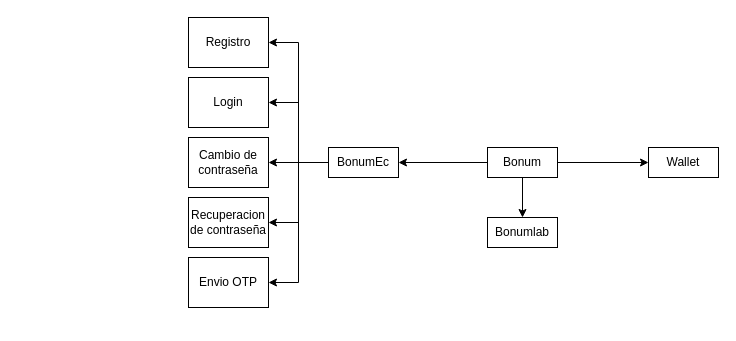
Above: Diagrama sin título.drawio in ThePepinaco/DrawioFolder (draw.io), before the change. Source tidied: cells renumbered, new cells numbered last; positions are measured from the earlier drawing's top-left corner, leaving out a move shared by most shapes. Both pictures are drawn from the tidied source at 100%, with x=0, y=0 at pixel (188, 17).
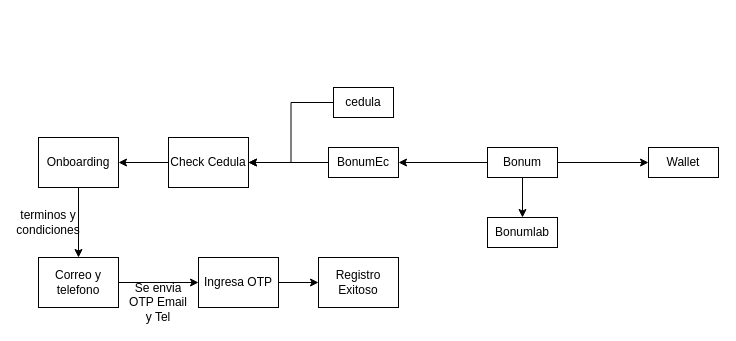
The same page after the edit.

The change refers to these unchanged cells:
```xml
<mxCell id="11" value="BonumEc" style="rounded=0;whiteSpace=wrap;html=1;" parent="1" vertex="1">
  <mxGeometry x="140" y="130" width="70" height="30" as="geometry" />
</mxCell>
```

Change to the diagram source:
```diff
@@
-    <mxCell id="7" style="edgeStyle=orthogonalEdgeStyle;rounded=0;jettySize=auto;html=1;entryX=1;entryY=0.5;entryDx=0;entryDy=0;" parent="1" edge="1" source="11" target="15">
-      <mxGeometry relative="1" as="geometry" />
-    </mxCell>
-    <mxCell id="8" style="edgeStyle=orthogonalEdgeStyle;rounded=0;jettySize=auto;html=1;entryX=1;entryY=0.5;entryDx=0;entryDy=0;" parent="1" edge="1" source="11" target="16">
-      <mxGeometry relative="1" as="geometry" />
-    </mxCell>
-    <mxCell id="9" style="edgeStyle=orthogonalEdgeStyle;rounded=0;jettySize=auto;html=1;entryX=1;entryY=0.5;entryDx=0;entryDy=0;" parent="1" edge="1" source="11" target="17">
-      <mxGeometry relative="1" as="geometry" />
-    </mxCell>
-    <mxCell id="10" style="edgeStyle=orthogonalEdgeStyle;rounded=0;jettySize=auto;html=1;entryX=1;entryY=0.5;entryDx=0;entryDy=0;" parent="1" edge="1" source="11" target="18">
-      <mxGeometry relative="1" as="geometry" />
-    </mxCell>
@@
+    <mxCell id="19" style="edgeStyle=orthogonalEdgeStyle;rounded=0;jettySize=auto;html=1;" parent="1" edge="1" source="14" target="21">
+      <mxGeometry relative="1" as="geometry" />
+    </mxCell>
-    <mxCell id="14" value="Registro" style="rounded=0;whiteSpace=wrap;html=1;" parent="1" vertex="1">
-      <mxGeometry width="80" height="50" as="geometry" />
+    <mxCell id="14" value="Check Cedula" style="rounded=0;whiteSpace=wrap;html=1;" parent="1" vertex="1">
+      <mxGeometry x="-20" y="120" width="80" height="50" as="geometry" />
     </mxCell>
-    <mxCell id="15" value="Login" style="rounded=0;whiteSpace=wrap;html=1;" parent="1" vertex="1">
-      <mxGeometry y="60" width="80" height="50" as="geometry" />
-    </mxCell>
-    <mxCell id="16" value="Cambio de contraseña" style="rounded=0;whiteSpace=wrap;html=1;" parent="1" vertex="1">
-      <mxGeometry y="120" width="80" height="50" as="geometry" />
-    </mxCell>
-    <mxCell id="17" value="Recuperacion de contraseña" style="rounded=0;whiteSpace=wrap;html=1;" parent="1" vertex="1">
-      <mxGeometry y="180" width="80" height="50" as="geometry" />
-    </mxCell>
-    <mxCell id="18" value="Envio OTP" style="rounded=0;whiteSpace=wrap;html=1;" parent="1" vertex="1">
-      <mxGeometry y="240" width="80" height="50" as="geometry" />
-    </mxCell>
+    <mxCell id="20" style="edgeStyle=orthogonalEdgeStyle;rounded=0;jettySize=auto;html=1;entryX=0.5;entryY=0;entryDx=0;entryDy=0;" parent="1" edge="1" source="21" target="25">
+      <mxGeometry relative="1" as="geometry" />
+    </mxCell>
+    <mxCell id="21" value="Onboarding" style="rounded=0;whiteSpace=wrap;html=1;" parent="1" vertex="1">
+      <mxGeometry x="-150" y="120" width="80" height="50" as="geometry" />
+    </mxCell>
+    <mxCell id="22" style="edgeStyle=orthogonalEdgeStyle;rounded=0;jettySize=auto;html=1;entryX=1;entryY=0.5;entryDx=0;entryDy=0;" parent="1" edge="1" source="23" target="14">
+      <mxGeometry relative="1" as="geometry" />
+    </mxCell>
+    <mxCell id="23" value="cedula" style="rounded=0;whiteSpace=wrap;html=1;" parent="1" vertex="1">
+      <mxGeometry x="145" y="70" width="60" height="30" as="geometry" />
+    </mxCell>
+    <mxCell id="24" style="edgeStyle=orthogonalEdgeStyle;rounded=0;jettySize=auto;html=1;entryX=0;entryY=0.5;entryDx=0;entryDy=0;" parent="1" edge="1" source="25" target="28">
+      <mxGeometry relative="1" as="geometry" />
+    </mxCell>
+    <mxCell id="25" value="Correo y telefono" style="rounded=0;whiteSpace=wrap;html=1;" parent="1" vertex="1">
+      <mxGeometry x="-150" y="240" width="80" height="50" as="geometry" />
+    </mxCell>
+    <mxCell id="26" value="terminos y condiciones" style="text;html=1;align=center;verticalAlign=middle;whiteSpace=wrap;rounded=0;" parent="1" vertex="1">
+      <mxGeometry x="-170" y="190" width="60" height="30" as="geometry" />
+    </mxCell>
+    <mxCell id="27" style="edgeStyle=orthogonalEdgeStyle;rounded=0;jettySize=auto;html=1;entryX=0;entryY=0.5;entryDx=0;entryDy=0;" parent="1" edge="1" source="28" target="30">
+      <mxGeometry relative="1" as="geometry" />
+    </mxCell>
+    <mxCell id="28" value="Ingresa OTP" style="rounded=0;whiteSpace=wrap;html=1;" parent="1" vertex="1">
+      <mxGeometry x="10" y="240" width="80" height="50" as="geometry" />
+    </mxCell>
+    <mxCell id="29" value="Se envia OTP Email y Tel" style="text;html=1;align=center;verticalAlign=middle;whiteSpace=wrap;rounded=0;" parent="1" vertex="1">
+      <mxGeometry x="-60" y="270" width="60" height="30" as="geometry" />
+    </mxCell>
+    <mxCell id="30" value="Registro Exitoso" style="rounded=0;whiteSpace=wrap;html=1;" parent="1" vertex="1">
+      <mxGeometry x="130" y="240" width="80" height="50" as="geometry" />
+    </mxCell>
```
